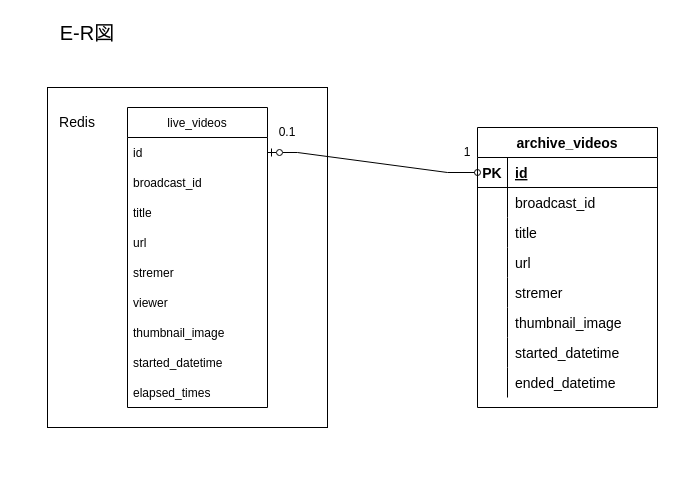
Above: page "E-R図" (2 of 2) of docs/要件.drawio in sokorahen-szk/rust-live (draw.io), before the change. Source tidied: cells renumbered, new cells numbered last; positions are measured from the earlier drawing's top-left corner, leaving out a move shared by most shapes. Both pictures are drawn from the tidied source at 100%, with x=0, y=0 at pixel (17, 17).
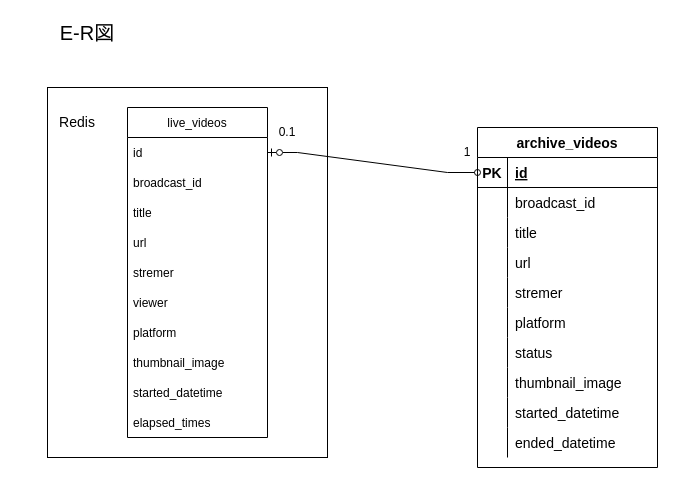
The same diagram, later.

What changed in the source:
```diff
@@
     <mxCell id="2" style="whiteSpace=wrap;html=1;fillColor=none;strokeColor=default;gradientColor=#ffffff;" parent="1" vertex="1">
-      <mxGeometry x="30" y="70" width="280" height="340" as="geometry" />
+      <mxGeometry x="30" y="70" width="280" height="370" as="geometry" />
     </mxCell>
     <mxCell id="3" value="live_videos" style="swimlane;fontStyle=0;horizontal=1;startSize=30;" parent="1" vertex="1">
-      <mxGeometry x="110" y="90" width="140" height="300" as="geometry" />
+      <mxGeometry x="110" y="90" width="140" height="330" as="geometry" />
     </mxCell>
@@
+    <mxCell id="43" value="platform" style="text;strokeColor=none;fillColor=none;align=left;verticalAlign=middle;spacingLeft=4;spacingRight=4;overflow=hidden;" parent="3" vertex="1">
+      <mxGeometry y="210" width="140" height="30" as="geometry" />
+    </mxCell>
     <mxCell id="10" value="thumbnail_image" style="text;strokeColor=none;fillColor=none;align=left;verticalAlign=middle;spacingLeft=4;spacingRight=4;overflow=hidden;" parent="3" vertex="1">
-      <mxGeometry y="210" width="140" height="30" as="geometry" />
+      <mxGeometry y="240" width="140" height="30" as="geometry" />
     </mxCell>
     <mxCell id="11" value="started_datetime" style="text;strokeColor=none;fillColor=none;align=left;verticalAlign=middle;spacingLeft=4;spacingRight=4;overflow=hidden;" parent="3" vertex="1">
-      <mxGeometry y="240" width="140" height="30" as="geometry" />
+      <mxGeometry y="270" width="140" height="30" as="geometry" />
     </mxCell>
     <mxCell id="12" value="elapsed_times" style="text;strokeColor=none;fillColor=none;align=left;verticalAlign=middle;spacingLeft=4;spacingRight=4;overflow=hidden;" parent="3" vertex="1">
-      <mxGeometry y="270" width="140" height="30" as="geometry" />
+      <mxGeometry y="300" width="140" height="30" as="geometry" />
     </mxCell>
@@
     <mxCell id="14" value="archive_videos" style="shape=table;startSize=30;childLayout=tableLayout;rowLines=0;fontStyle=1;align=center;fontSize=14;fillColor=none;" parent="1" vertex="1">
-      <mxGeometry x="460" y="110" width="180" height="280" as="geometry" />
+      <mxGeometry x="460" y="110" width="180" height="340" as="geometry" />
     </mxCell>
@@
+    <mxCell id="44" style="shape=tableRow;horizontal=0;startSize=0;swimlaneHead=0;swimlaneBody=0;fillColor=none;top=0;left=0;right=0;bottom=0;fontSize=14;" parent="14" vertex="1">
+      <mxGeometry y="180" width="180" height="30" as="geometry" />
+    </mxCell>
+    <mxCell id="45" style="shape=partialRectangle;fillColor=none;top=0;left=0;bottom=0;right=0;overflow=hidden;fontSize=14;" parent="44" vertex="1">
+      <mxGeometry width="30" height="30" as="geometry" />
+    </mxCell>
+    <mxCell id="46" value="platform" style="shape=partialRectangle;fillColor=none;top=0;left=0;bottom=0;right=0;align=left;spacingLeft=6;overflow=hidden;fontSize=14;" parent="44" vertex="1">
+      <mxGeometry x="30" width="150" height="30" as="geometry" />
+    </mxCell>
+    <mxCell id="47" style="shape=tableRow;horizontal=0;startSize=0;swimlaneHead=0;swimlaneBody=0;fillColor=none;top=0;left=0;right=0;bottom=0;fontSize=14;" parent="14" vertex="1">
+      <mxGeometry y="210" width="180" height="30" as="geometry" />
+    </mxCell>
+    <mxCell id="48" style="shape=partialRectangle;fillColor=none;top=0;left=0;bottom=0;right=0;overflow=hidden;fontSize=14;" parent="47" vertex="1">
+      <mxGeometry width="30" height="30" as="geometry" />
+    </mxCell>
+    <mxCell id="49" value="status" style="shape=partialRectangle;fillColor=none;top=0;left=0;bottom=0;right=0;align=left;spacingLeft=6;overflow=hidden;fontSize=14;" parent="47" vertex="1">
+      <mxGeometry x="30" width="150" height="30" as="geometry" />
+    </mxCell>
     <mxCell id="30" style="shape=tableRow;horizontal=0;startSize=0;swimlaneHead=0;swimlaneBody=0;fillColor=none;top=0;left=0;right=0;bottom=0;fontSize=14;" parent="14" vertex="1">
-      <mxGeometry y="180" width="180" height="30" as="geometry" />
+      <mxGeometry y="240" width="180" height="30" as="geometry" />
     </mxCell>
@@
     <mxCell id="33" style="shape=tableRow;horizontal=0;startSize=0;swimlaneHead=0;swimlaneBody=0;fillColor=none;top=0;left=0;right=0;bottom=0;fontSize=14;" parent="14" vertex="1">
-      <mxGeometry y="210" width="180" height="30" as="geometry" />
+      <mxGeometry y="270" width="180" height="30" as="geometry" />
     </mxCell>
@@
     <mxCell id="36" style="shape=tableRow;horizontal=0;startSize=0;swimlaneHead=0;swimlaneBody=0;fillColor=none;top=0;left=0;right=0;bottom=0;fontSize=14;" parent="14" vertex="1">
-      <mxGeometry y="240" width="180" height="30" as="geometry" />
+      <mxGeometry y="300" width="180" height="30" as="geometry" />
     </mxCell>
```
